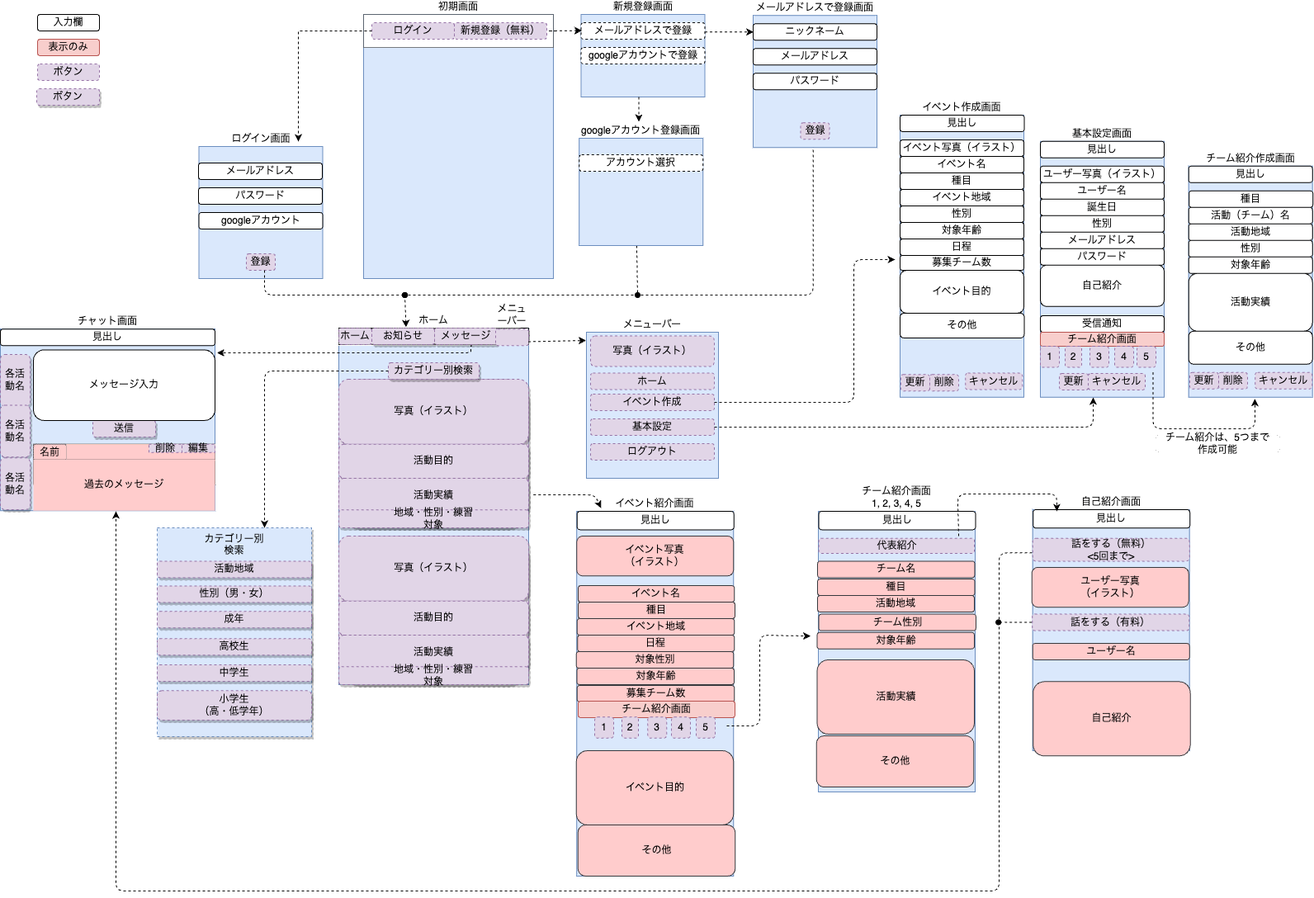
Before: drawing/画面遷移図（スマホ）.png, a diagram exported from draw.io (toshinori-m/stay_connect_provisional). Source tidied: cells renumbered, new cells last; positions are measured from the earlier drawing's top-left corner, leaving out a move shared by most shapes.
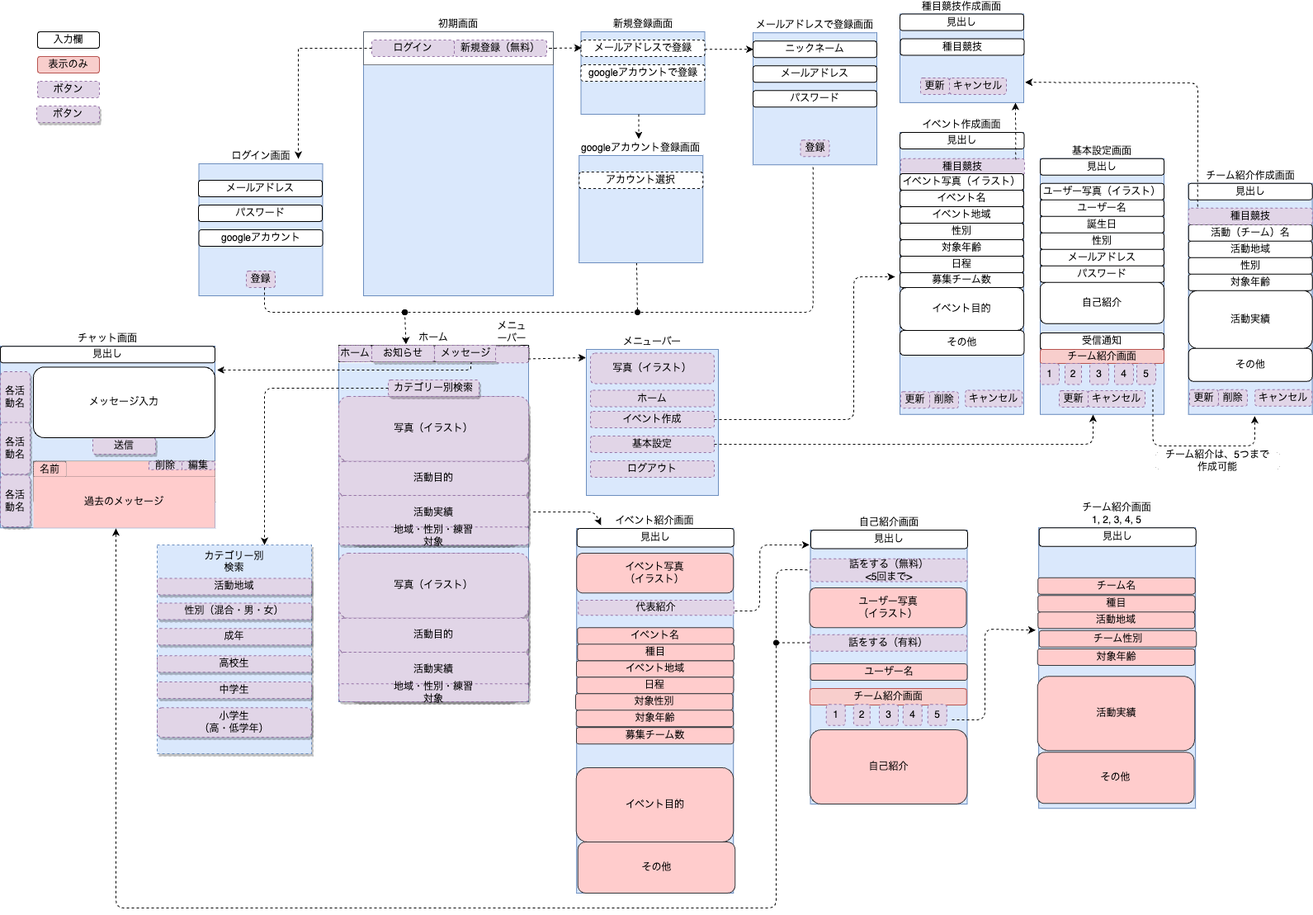
The same file after the commit.

Change to the diagram source:
```diff
@@ -38,7 +38,7 @@
       <mxGeometry x="698.2" y="602" width="190" height="442" as="geometry" />
     </mxCell>
     <mxCell id="11" value="イベント地域" style="rounded=1;whiteSpace=wrap;html=1;fillColor=#ffcccc;strokeColor=#36393d;align=center;" parent="1" vertex="1">
-      <mxGeometry x="698.8" y="732" width="190.5" height="20" as="geometry" />
+      <mxGeometry x="697.9" y="762.2" width="190.5" height="20" as="geometry" />
     </mxCell>
     <mxCell id="12" value="イベント写真&lt;br style=&quot;border-color: var(--border-color);&quot;&gt;（イラスト）" style="rounded=1;whiteSpace=wrap;html=1;fillColor=#ffcccc;strokeColor=#36393d;" parent="1" vertex="1">
       <mxGeometry x="698.2" y="632" width="190" height="48.2" as="geometry" />
@@ -193,7 +193,7 @@
       <mxGeometry x="697.8" y="892" width="190.5" height="90" as="geometry" />
     </mxCell>
     <mxCell id="55" value="日程" style="rounded=1;whiteSpace=wrap;html=1;fillColor=#ffcccc;strokeColor=#36393d;align=center;" parent="1" vertex="1">
-      <mxGeometry x="699.2" y="752" width="190" height="20" as="geometry" />
+      <mxGeometry x="698.4" y="782.2" width="190" height="20" as="geometry" />
     </mxCell>
     <mxCell id="56" value="見出し" style="rounded=1;whiteSpace=wrap;html=1;" parent="1" vertex="1">
       <mxGeometry y="381.2" width="260" height="20" as="geometry" />
@@ -212,7 +212,7 @@
     <mxCell id="59" value="活動地域" style="rounded=1;whiteSpace=wrap;html=1;strokeColor=#9673a6;dashed=1;fillColor=#e1d5e7;shadow=1;" parent="58" vertex="1">
       <mxGeometry width="187" height="20" as="geometry" />
     </mxCell>
-    <mxCell id="60" value="性別（男・女）" style="rounded=1;whiteSpace=wrap;html=1;strokeColor=#9673a6;dashed=1;fillColor=#e1d5e7;shadow=1;" parent="58" vertex="1">
+    <mxCell id="60" value="性別（混合・男・女）" style="rounded=1;whiteSpace=wrap;html=1;strokeColor=#9673a6;dashed=1;fillColor=#e1d5e7;shadow=1;" parent="58" vertex="1">
       <mxGeometry y="30" width="187" height="20" as="geometry" />
     </mxCell>
     <mxCell id="61" value="高校生" style="rounded=1;whiteSpace=wrap;html=1;strokeColor=#9673a6;dashed=1;fillColor=#e1d5e7;shadow=1;" parent="58" vertex="1">
@@ -338,52 +338,43 @@
         </Array>
       </mxGeometry>
     </mxCell>
-    <mxCell id="90" style="endArrow=classic;html=1;rounded=1;dashed=1;entryX=0;entryY=0.5;entryDx=0;entryDy=0;" parent="1" edge="1">
-      <mxGeometry relative="1" as="geometry">
-        <mxPoint x="880" y="862" as="sourcePoint" />
-        <mxPoint x="981.5" y="753.2" as="targetPoint" />
-        <Array as="points">
-          <mxPoint x="920" y="862" />
-          <mxPoint x="920" y="752" />
-        </Array>
-      </mxGeometry>
-    </mxCell>
     <mxCell id="91" value="募集チーム数" style="rounded=1;whiteSpace=wrap;html=1;fillColor=#ffcccc;strokeColor=#36393d;align=center;" parent="1" vertex="1">
-      <mxGeometry x="698.8" y="813" width="190.5" height="20" as="geometry" />
+      <mxGeometry x="697.9" y="843.2" width="190.5" height="20" as="geometry" />
     </mxCell>
     <mxCell id="92" value="対象性別" style="rounded=1;whiteSpace=wrap;html=1;fillColor=#ffcccc;strokeColor=#36393d;align=center;" parent="1" vertex="1">
-      <mxGeometry x="697.8" y="772" width="190.5" height="20" as="geometry" />
+      <mxGeometry x="696.9" y="802.2" width="190.5" height="20" as="geometry" />
     </mxCell>
     <mxCell id="93" value="対象年齢" style="rounded=1;whiteSpace=wrap;html=1;fillColor=#ffcccc;strokeColor=#36393d;align=center;" parent="1" vertex="1">
-      <mxGeometry x="698.5" y="792" width="190.5" height="20" as="geometry" />
+      <mxGeometry x="697.6" y="822.2" width="190.5" height="20" as="geometry" />
     </mxCell>
     <mxCell id="94" value="チーム紹介画面&lt;br&gt;1, 2, 3, 4, 5" style="rounded=0;whiteSpace=wrap;html=1;fillColor=#dae8fc;strokeColor=#6c8ebf;labelPosition=center;verticalLabelPosition=top;align=center;verticalAlign=bottom;" parent="1" vertex="1">
-      <mxGeometry x="991" y="602" width="190" height="340" as="geometry" />
+      <mxGeometry x="1258.1" y="601.2" width="190" height="340" as="geometry" />
     </mxCell>
     <mxCell id="95" value="チーム名" style="rounded=1;whiteSpace=wrap;html=1;fillColor=#ffcccc;strokeColor=#36393d;align=center;" parent="1" vertex="1">
-      <mxGeometry x="990" y="662.4" width="190.5" height="20" as="geometry" />
+      <mxGeometry x="1257.1" y="661.6" width="190.5" height="20" as="geometry" />
     </mxCell>
     <mxCell id="96" value="見出し" style="rounded=1;whiteSpace=wrap;html=1;" parent="1" vertex="1">
-      <mxGeometry x="991.5" y="602" width="190" height="22.4" as="geometry" />
+      <mxGeometry x="1258.6" y="601.2" width="190" height="22.4" as="geometry" />
     </mxCell>
     <mxCell id="97" value="活動実績" style="rounded=1;whiteSpace=wrap;html=1;fillColor=#ffcccc;strokeColor=#36393d;" parent="1" vertex="1">
-      <mxGeometry x="989.5" y="782" width="190.5" height="90" as="geometry" />
+      <mxGeometry x="1256.6" y="781.2" width="190.5" height="90" as="geometry" />
     </mxCell>
     <mxCell id="98" value="チーム性別" style="rounded=1;whiteSpace=wrap;html=1;fillColor=#ffcccc;strokeColor=#36393d;align=center;" parent="1" vertex="1">
-      <mxGeometry x="991.5" y="726.6" width="190.5" height="20" as="geometry" />
+      <mxGeometry x="1258.6" y="725.9" width="190.5" height="20" as="geometry" />
     </mxCell>
     <mxCell id="99" value="活動地域" style="rounded=1;whiteSpace=wrap;html=1;fillColor=#ffcccc;strokeColor=#36393d;" parent="1" vertex="1">
-      <mxGeometry x="990" y="704" width="190" height="20" as="geometry" />
+      <mxGeometry x="1257.1" y="703.3" width="190" height="20" as="geometry" />
     </mxCell>
     <mxCell id="100" value="対象年齢" style="rounded=1;whiteSpace=wrap;html=1;fillColor=#ffcccc;strokeColor=#36393d;align=center;" parent="1" vertex="1">
-      <mxGeometry x="989.5" y="748.7" width="190.5" height="20" as="geometry" />
+      <mxGeometry x="1256.6" y="747.9" width="190.5" height="20" as="geometry" />
     </mxCell>
     <mxCell id="101" style="edgeStyle=orthogonalEdgeStyle;rounded=1;jettySize=auto;html=1;dashed=1;endArrow=classic;endFill=1;exitX=-0.003;exitY=0.637;exitDx=0;exitDy=0;exitPerimeter=0;" parent="1" edge="1" source="115">
       <mxGeometry relative="1" as="geometry">
         <mxPoint x="140" y="602" as="targetPoint" />
         <Array as="points">
-          <mxPoint x="1210" y="652" />
-          <mxPoint x="1210" y="1062" />
+          <mxPoint x="981" y="652" />
+          <mxPoint x="940" y="652" />
+          <mxPoint x="940" y="1062" />
           <mxPoint x="140" y="1062" />
         </Array>
       </mxGeometry>
@@ -407,58 +398,58 @@
       <mxGeometry x="1169.1" y="434.5" width="69" height="20" as="geometry" />
     </mxCell>
     <mxCell id="106" value="種目" style="rounded=1;whiteSpace=wrap;html=1;fillColor=#ffcccc;strokeColor=#36393d;align=center;" parent="1" vertex="1">
-      <mxGeometry x="700" y="712" width="190" height="20" as="geometry" />
+      <mxGeometry x="699.1" y="742.2" width="190" height="20" as="geometry" />
     </mxCell>
     <mxCell id="107" value="イベント名" style="rounded=1;whiteSpace=wrap;html=1;fillColor=#ffcccc;strokeColor=#36393d;align=center;" parent="1" vertex="1">
-      <mxGeometry x="700" y="692" width="189.2" height="20" as="geometry" />
+      <mxGeometry x="699.1" y="722.2" width="189.2" height="20" as="geometry" />
     </mxCell>
     <mxCell id="108" value="その他" style="rounded=1;whiteSpace=wrap;html=1;fillColor=#ffcccc;strokeColor=#36393d;" parent="1" vertex="1">
       <mxGeometry x="699.8" y="982" width="190.5" height="62" as="geometry" />
     </mxCell>
     <mxCell id="109" value="自己紹介画面" style="rounded=0;whiteSpace=wrap;html=1;fillColor=#dae8fc;strokeColor=#6c8ebf;labelPosition=center;verticalLabelPosition=top;align=center;verticalAlign=bottom;" parent="1" vertex="1">
-      <mxGeometry x="1250.6" y="599.9" width="190" height="292.1" as="geometry" />
+      <mxGeometry x="981.5" y="604" width="190" height="332.1" as="geometry" />
     </mxCell>
     <mxCell id="110" value="ユーザー写真&lt;br style=&quot;border-color: var(--border-color);&quot;&gt;（イラスト）" style="rounded=1;whiteSpace=wrap;html=1;fillColor=#ffcccc;strokeColor=#36393d;" parent="1" vertex="1">
-      <mxGeometry x="1249.6" y="669.9" width="190" height="48.2" as="geometry" />
+      <mxGeometry x="980.5" y="674" width="190" height="48.2" as="geometry" />
     </mxCell>
     <mxCell id="111" value="話をする（有料）" style="rounded=1;whiteSpace=wrap;html=1;fillColor=#e1d5e7;strokeColor=#9673a6;dashed=1;" parent="1" vertex="1">
-      <mxGeometry x="1250.1" y="726.6" width="190" height="20" as="geometry" />
+      <mxGeometry x="981" y="730.7" width="190" height="20" as="geometry" />
     </mxCell>
     <mxCell id="112" value="見出し" style="rounded=1;whiteSpace=wrap;html=1;" parent="1" vertex="1">
-      <mxGeometry x="1251.1" y="599.9" width="190" height="22.4" as="geometry" />
+      <mxGeometry x="982" y="604" width="190" height="22.4" as="geometry" />
     </mxCell>
     <mxCell id="113" value="自己紹介" style="rounded=1;whiteSpace=wrap;html=1;fillColor=#ffcccc;strokeColor=#36393d;" parent="1" vertex="1">
-      <mxGeometry x="1251.1" y="808.4" width="190.5" height="90" as="geometry" />
+      <mxGeometry x="981" y="846.1" width="190.5" height="90" as="geometry" />
     </mxCell>
     <mxCell id="114" value="ユーザー名" style="rounded=1;whiteSpace=wrap;html=1;fillColor=#ffcccc;strokeColor=#36393d;align=center;" parent="1" vertex="1">
-      <mxGeometry x="1250.6" y="762" width="190" height="20" as="geometry" />
+      <mxGeometry x="981.5" y="766.1" width="190" height="20" as="geometry" />
     </mxCell>
     <mxCell id="115" value="話をする（無料）&lt;br style=&quot;border-color: var(--border-color);&quot;&gt;&amp;lt;5回まで&amp;gt;" style="rounded=1;whiteSpace=wrap;html=1;strokeColor=#9673a6;dashed=1;fillColor=#e1d5e7;" parent="1" vertex="1">
-      <mxGeometry x="1250.6" y="634.7" width="190" height="27.7" as="geometry" />
+      <mxGeometry x="981.5" y="638.8" width="190" height="27.7" as="geometry" />
     </mxCell>
     <mxCell id="116" value="種目" style="rounded=1;whiteSpace=wrap;html=1;fillColor=#ffcccc;strokeColor=#36393d;align=center;" parent="1" vertex="1">
-      <mxGeometry x="990" y="684" width="190.5" height="20" as="geometry" />
+      <mxGeometry x="1257.1" y="683.3" width="190.5" height="20" as="geometry" />
     </mxCell>
     <mxCell id="117" value="その他" style="rounded=1;whiteSpace=wrap;html=1;fillColor=#ffcccc;strokeColor=#36393d;" parent="1" vertex="1">
-      <mxGeometry x="988.8" y="874.1" width="190.5" height="62" as="geometry" />
+      <mxGeometry x="1255.9" y="873.3" width="190.5" height="62" as="geometry" />
     </mxCell>
     <mxCell id="118" value="&lt;span&gt;代表紹介&lt;/span&gt;" style="rounded=1;whiteSpace=wrap;html=1;strokeColor=#9673a6;dashed=1;fillColor=#e1d5e7;" parent="1" vertex="1">
-      <mxGeometry x="991.5" y="634.7" width="188.5" height="18.3" as="geometry" />
+      <mxGeometry x="700.2" y="689" width="188.5" height="18.3" as="geometry" />
     </mxCell>
     <mxCell id="119" style="endArrow=oval;html=1;rounded=0;dashed=1;exitX=0;exitY=0.5;exitDx=0;exitDy=0;strokeColor=default;endFill=1;" parent="1" edge="1">
       <mxGeometry relative="1" as="geometry">
-        <mxPoint x="1249.6" y="736.5" as="sourcePoint" />
-        <mxPoint x="1209.1" y="736.5" as="targetPoint" />
+        <mxPoint x="980.5" y="740.5" as="sourcePoint" />
+        <mxPoint x="940" y="740.5" as="targetPoint" />
       </mxGeometry>
     </mxCell>
     <mxCell id="120" style="endArrow=classic;html=1;rounded=1;dashed=1;" parent="1" edge="1">
       <mxGeometry relative="1" as="geometry">
-        <mxPoint x="1161" y="632" as="sourcePoint" />
-        <mxPoint x="1280" y="602" as="targetPoint" />
+        <mxPoint x="890" y="702" as="sourcePoint" />
+        <mxPoint x="981" y="622" as="targetPoint" />
         <Array as="points">
-          <mxPoint x="1159.8" y="581" />
-          <mxPoint x="1219.8" y="581" />
-          <mxPoint x="1279.8" y="581" />
+          <mxPoint x="920" y="702" />
+          <mxPoint x="920.2" y="622" />
+          <mxPoint x="980.2" y="622" />
         </Array>
       </mxGeometry>
     </mxCell>
@@ -471,8 +462,8 @@
     <mxCell id="123" value="対象年齢" style="rounded=1;whiteSpace=wrap;html=1;" parent="1" vertex="1">
       <mxGeometry x="1090" y="252" width="150" height="20" as="geometry" />
     </mxCell>
-    <mxCell id="124" value="種目" style="rounded=1;whiteSpace=wrap;html=1;" parent="1" vertex="1">
-      <mxGeometry x="1090" y="192" width="150" height="20" as="geometry" />
+    <mxCell id="124" value="種目競技" style="rounded=1;whiteSpace=wrap;html=1;fillColor=#e1d5e7;strokeColor=#9673a6;dashed=1;" parent="1" vertex="1">
+      <mxGeometry x="1090.9" y="153.8" width="150" height="20" as="geometry" />
     </mxCell>
     <mxCell id="125" value="日程" style="rounded=1;whiteSpace=wrap;html=1;" parent="1" vertex="1">
       <mxGeometry x="1090" y="272" width="150" height="20" as="geometry" />
@@ -487,10 +478,10 @@
       <mxGeometry x="1090" y="292" width="150" height="18" as="geometry" />
     </mxCell>
     <mxCell id="129" value="イベント写真（イラスト）" style="rounded=1;whiteSpace=wrap;html=1;" parent="1" vertex="1">
-      <mxGeometry x="1090" y="152" width="150" height="20" as="geometry" />
+      <mxGeometry x="1090" y="172" width="150" height="20" as="geometry" />
     </mxCell>
     <mxCell id="130" value="イベント名" style="rounded=1;whiteSpace=wrap;html=1;" parent="1" vertex="1">
-      <mxGeometry x="1090" y="172" width="150" height="20" as="geometry" />
+      <mxGeometry x="1090" y="192" width="150" height="20" as="geometry" />
     </mxCell>
     <mxCell id="131" value="その他" style="rounded=1;whiteSpace=wrap;html=1;" parent="1" vertex="1">
       <mxGeometry x="1090" y="362" width="150.5" height="30" as="geometry" />
@@ -561,9 +552,6 @@
     <mxCell id="153" value="活動地域" style="rounded=1;whiteSpace=wrap;html=1;" parent="1" vertex="1">
       <mxGeometry x="1439.6" y="253.8" width="150" height="20" as="geometry" />
     </mxCell>
-    <mxCell id="154" value="種目" style="rounded=1;whiteSpace=wrap;html=1;" parent="1" vertex="1">
-      <mxGeometry x="1440.1" y="213.8" width="150" height="20" as="geometry" />
-    </mxCell>
     <mxCell id="155" value="その他" style="rounded=1;whiteSpace=wrap;html=1;" parent="1" vertex="1">
       <mxGeometry x="1439.6" y="383.8" width="150" height="40" as="geometry" />
     </mxCell>
@@ -584,7 +572,7 @@
       </mxGeometry>
     </mxCell>
     <mxCell id="159" style="group;" parent="1" vertex="1">
-      <mxGeometry x="700" y="832" width="190" height="44.8" as="geometry" />
+      <mxGeometry x="980.9" y="796.1" width="190" height="44.8" as="geometry" />
     </mxCell>
     <mxCell id="160" value="チーム紹介画面" style="rounded=1;whiteSpace=wrap;html=1;fillColor=#f8cecc;strokeColor=#b85450;" parent="159" vertex="1">
       <mxGeometry width="190" height="20" as="geometry" />
@@ -625,5 +613,51 @@
     <mxCell id="172" value="1" style="rounded=1;whiteSpace=wrap;html=1;fillColor=#e1d5e7;strokeColor=#9673a6;dashed=1;" parent="1" vertex="1">
       <mxGeometry x="1260" y="402" width="23" height="25.6" as="geometry" />
     </mxCell>
+    <mxCell id="173" style="endArrow=classic;html=1;rounded=1;dashed=1;exitX=0.93;exitY=0.063;exitDx=0;exitDy=0;exitPerimeter=0;" parent="1" edge="1" source="124">
+      <mxGeometry relative="1" as="geometry">
+        <mxPoint x="1230" y="85.9" as="targetPoint" />
+        <Array as="points">
+          <mxPoint x="1230" y="85.9" />
+        </Array>
+      </mxGeometry>
+    </mxCell>
+    <mxCell id="174" value="種目競技作成画面" style="rounded=0;whiteSpace=wrap;html=1;fillColor=#dae8fc;strokeColor=#6c8ebf;labelPosition=center;verticalLabelPosition=top;align=center;verticalAlign=bottom;" parent="1" vertex="1">
+      <mxGeometry x="1090" y="-21.5" width="150" height="107.4" as="geometry" />
+    </mxCell>
+    <mxCell id="175" value="&lt;span&gt;更新&lt;/span&gt;" style="rounded=1;whiteSpace=wrap;html=1;strokeColor=#9673a6;dashed=1;fillColor=#e1d5e7;" parent="1" vertex="1">
+      <mxGeometry x="1115" y="55.9" width="35" height="20" as="geometry" />
+    </mxCell>
+    <mxCell id="176" value="&lt;span&gt;キャンセル&lt;/span&gt;" style="rounded=1;whiteSpace=wrap;html=1;strokeColor=#9673a6;dashed=1;fillColor=#e1d5e7;" parent="1" vertex="1">
+      <mxGeometry x="1150" y="55.9" width="69" height="20" as="geometry" />
+    </mxCell>
+    <mxCell id="177" value="見出し" style="rounded=1;whiteSpace=wrap;html=1;" parent="1" vertex="1">
+      <mxGeometry x="1090" y="-21.5" width="150" height="20" as="geometry" />
+    </mxCell>
+    <mxCell id="178" value="種目競技" style="rounded=1;whiteSpace=wrap;html=1;" parent="1" vertex="1">
+      <mxGeometry x="1090.5" y="8.5" width="150" height="20" as="geometry" />
+    </mxCell>
+    <mxCell id="179" value="種目競技" style="rounded=1;whiteSpace=wrap;html=1;fillColor=#e1d5e7;strokeColor=#9673a6;dashed=1;" parent="1" vertex="1">
+      <mxGeometry x="1439.6" y="213.8" width="150" height="20" as="geometry" />
+    </mxCell>
+    <mxCell id="180" style="endArrow=classic;html=1;rounded=1;dashed=1;" parent="1" edge="1">
+      <mxGeometry relative="1" as="geometry">
+        <mxPoint x="1450.8" y="212" as="sourcePoint" />
+        <mxPoint x="1241.6" y="61.2" as="targetPoint" />
+        <Array as="points">
+          <mxPoint x="1451.1" y="62" />
+          <mxPoint x="1241.6" y="61.2" />
+        </Array>
+      </mxGeometry>
+    </mxCell>
+    <mxCell id="181" style="endArrow=classic;html=1;rounded=1;dashed=1;entryX=0;entryY=0.5;entryDx=0;entryDy=0;" parent="1" edge="1">
+      <mxGeometry relative="1" as="geometry">
+        <mxPoint x="1152.9" y="834" as="sourcePoint" />
+        <mxPoint x="1254.4" y="725.2" as="targetPoint" />
+        <Array as="points">
+          <mxPoint x="1192.9" y="834" />
+          <mxPoint x="1192.9" y="724" />
+        </Array>
+      </mxGeometry>
+    </mxCell>
   </root>
 </mxGraphModel>
```
